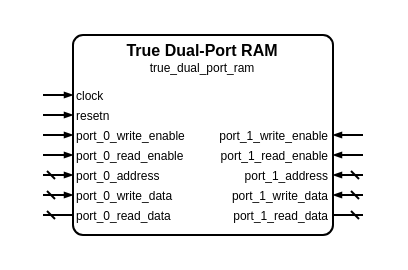
This is sources/memory/true_dual_port_ram/true_dual_port_ram.symbol.drawio from Louis-DR/OmniCores-BuildingBlocks, a draw.io file, before an edit. Source tidied: cells renumbered, new cells numbered last; positions are measured from the earlier drawing's top-left corner, leaving out a move shared by most shapes. Both pictures are drawn from the tidied source at 200%, with x=0, y=0 at pixel (42, 34).
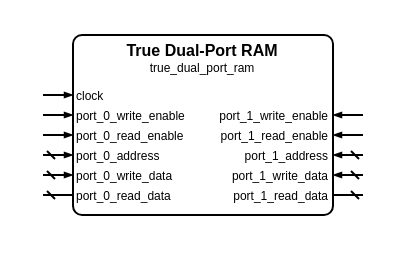
After the change.

What changed in the source:
```diff
@@
     <mxCell id="2" style="group;" parent="1" vertex="1">
-      <mxGeometry width="160" height="100" as="geometry" />
+      <mxGeometry width="160" height="90" as="geometry" />
     </mxCell>
     <mxCell id="3" style="rounded=1;arcSize=5;fillColor=none;strokeWidth=1;strokeColor=black;whiteSpace=wrap;html=1;" parent="2" vertex="1">
-      <mxGeometry x="15" width="130" height="100" as="geometry" />
+      <mxGeometry x="15" width="130" height="90" as="geometry" />
     </mxCell>
@@
-    <mxCell id="8" value="resetn" style="text;html=1;align=left;verticalAlign=middle;whiteSpace=wrap;rounded=0;fontSize=6;fontStyle=0;fontColor=black;" parent="2" vertex="1">
-      <mxGeometry x="15" y="40" width="130" as="geometry" />
-    </mxCell>
-    <mxCell id="9" style="html=1;rounded=1;strokeWidth=1;strokeColor=black;startFill=0;startSize=2;startArrow=none;endFill=1;endSize=2;endArrow=blockThin;sourcePerimeterSpacing=0;" parent="2" edge="1">
-      <mxGeometry relative="1" as="geometry">
-        <mxPoint y="40" as="sourcePoint" />
-        <mxPoint x="15" y="40" as="targetPoint" />
-      </mxGeometry>
-    </mxCell>
     <mxCell id="10" value="port_0_write_enable" style="text;html=1;align=left;verticalAlign=middle;whiteSpace=wrap;rounded=0;fontSize=6;fontStyle=0;fontColor=black;" parent="2" vertex="1">
-      <mxGeometry x="15" y="50" width="130" as="geometry" />
+      <mxGeometry x="15" y="40" width="130" as="geometry" />
     </mxCell>
     <mxCell id="11" style="html=1;rounded=1;strokeWidth=1;strokeColor=black;startFill=0;startSize=2;startArrow=none;endFill=1;endSize=2;endArrow=blockThin;sourcePerimeterSpacing=0;" parent="2" edge="1">
       <mxGeometry relative="1" as="geometry">
-        <mxPoint y="50" as="sourcePoint" />
-        <mxPoint x="15" y="50" as="targetPoint" />
+        <mxPoint y="40" as="sourcePoint" />
+        <mxPoint x="15" y="40" as="targetPoint" />
       </mxGeometry>
     </mxCell>
     <mxCell id="12" value="port_1_write_enable" style="text;html=1;align=right;verticalAlign=middle;whiteSpace=wrap;rounded=0;fontSize=6;fontStyle=0;fontColor=black;" parent="2" vertex="1">
-      <mxGeometry x="15" y="50" width="130" as="geometry" />
+      <mxGeometry x="15" y="40" width="130" as="geometry" />
     </mxCell>
     <mxCell id="13" style="html=1;rounded=1;strokeWidth=1;strokeColor=black;startFill=0;startSize=2;startArrow=none;endFill=1;endSize=2;endArrow=blockThin;sourcePerimeterSpacing=0;" parent="2" edge="1">
       <mxGeometry relative="1" as="geometry">
-        <mxPoint x="160" y="50" as="sourcePoint" />
-        <mxPoint x="145" y="50" as="targetPoint" />
+        <mxPoint x="160" y="40" as="sourcePoint" />
+        <mxPoint x="145" y="40" as="targetPoint" />
       </mxGeometry>
     </mxCell>
     <mxCell id="14" value="port_0_read_enable" style="text;html=1;align=left;verticalAlign=middle;whiteSpace=wrap;rounded=0;fontSize=6;fontStyle=0;fontColor=black;" parent="2" vertex="1">
-      <mxGeometry x="15" y="60" width="130" as="geometry" />
+      <mxGeometry x="15" y="50" width="130" as="geometry" />
     </mxCell>
     <mxCell id="15" style="html=1;rounded=1;strokeWidth=1;strokeColor=black;startFill=0;startSize=2;startArrow=none;endFill=1;endSize=2;endArrow=blockThin;sourcePerimeterSpacing=0;" parent="2" edge="1">
       <mxGeometry relative="1" as="geometry">
-        <mxPoint y="60" as="sourcePoint" />
-        <mxPoint x="15" y="60" as="targetPoint" />
+        <mxPoint y="50" as="sourcePoint" />
+        <mxPoint x="15" y="50" as="targetPoint" />
       </mxGeometry>
     </mxCell>
     <mxCell id="16" value="port_1_read_enable" style="text;html=1;align=right;verticalAlign=middle;whiteSpace=wrap;rounded=0;fontSize=6;fontStyle=0;fontColor=black;" parent="2" vertex="1">
-      <mxGeometry x="15" y="60" width="130" as="geometry" />
+      <mxGeometry x="15" y="50" width="130" as="geometry" />
     </mxCell>
     <mxCell id="17" style="html=1;rounded=1;strokeWidth=1;strokeColor=black;startFill=0;startSize=2;startArrow=none;endFill=1;endSize=2;endArrow=blockThin;sourcePerimeterSpacing=0;" parent="2" edge="1">
       <mxGeometry relative="1" as="geometry">
-        <mxPoint x="160" y="60" as="sourcePoint" />
-        <mxPoint x="145" y="60" as="targetPoint" />
+        <mxPoint x="160" y="50" as="sourcePoint" />
+        <mxPoint x="145" y="50" as="targetPoint" />
       </mxGeometry>
     </mxCell>
     <mxCell id="18" value="port_0_address" style="text;html=1;align=left;verticalAlign=middle;whiteSpace=wrap;rounded=0;fontSize=6;fontStyle=0;fontColor=black;" parent="2" vertex="1">
-      <mxGeometry x="15" y="70" width="130" as="geometry" />
+      <mxGeometry x="15" y="60" width="130" as="geometry" />
     </mxCell>
     <mxCell id="19" style="html=1;rounded=1;strokeWidth=1;strokeColor=black;startFill=0;startSize=2;startArrow=dash;endFill=1;endSize=2;endArrow=blockThin;sourcePerimeterSpacing=0;" parent="2" edge="1">
       <mxGeometry relative="1" as="geometry">
-        <mxPoint y="70" as="sourcePoint" />
-        <mxPoint x="15" y="70" as="targetPoint" />
+        <mxPoint y="60" as="sourcePoint" />
+        <mxPoint x="15" y="60" as="targetPoint" />
       </mxGeometry>
     </mxCell>
     <mxCell id="20" value="port_1_address" style="text;html=1;align=right;verticalAlign=middle;whiteSpace=wrap;rounded=0;fontSize=6;fontStyle=0;fontColor=black;" parent="2" vertex="1">
-      <mxGeometry x="15" y="70" width="130" as="geometry" />
+      <mxGeometry x="15" y="60" width="130" as="geometry" />
     </mxCell>
     <mxCell id="21" style="html=1;rounded=1;strokeWidth=1;strokeColor=black;startFill=0;startSize=2;startArrow=dash;endFill=1;endSize=2;endArrow=blockThin;sourcePerimeterSpacing=0;" parent="2" edge="1">
       <mxGeometry relative="1" as="geometry">
-        <mxPoint x="160" y="70" as="sourcePoint" />
-        <mxPoint x="145" y="70" as="targetPoint" />
+        <mxPoint x="160" y="60" as="sourcePoint" />
+        <mxPoint x="145" y="60" as="targetPoint" />
       </mxGeometry>
     </mxCell>
     <mxCell id="22" value="port_0_write_data" style="text;html=1;align=left;verticalAlign=middle;whiteSpace=wrap;rounded=0;fontSize=6;fontStyle=0;fontColor=black;" parent="2" vertex="1">
-      <mxGeometry x="15" y="80" width="130" as="geometry" />
+      <mxGeometry x="15" y="70" width="130" as="geometry" />
     </mxCell>
     <mxCell id="23" style="html=1;rounded=1;strokeWidth=1;strokeColor=black;startFill=0;startSize=2;startArrow=dash;endFill=1;endSize=2;endArrow=blockThin;sourcePerimeterSpacing=0;" parent="2" edge="1">
       <mxGeometry relative="1" as="geometry">
-        <mxPoint y="80" as="sourcePoint" />
-        <mxPoint x="15" y="80" as="targetPoint" />
+        <mxPoint y="70" as="sourcePoint" />
+        <mxPoint x="15" y="70" as="targetPoint" />
       </mxGeometry>
     </mxCell>
     <mxCell id="24" value="port_1_write_data" style="text;html=1;align=right;verticalAlign=middle;whiteSpace=wrap;rounded=0;fontSize=6;fontStyle=0;fontColor=black;" parent="2" vertex="1">
-      <mxGeometry x="15" y="80" width="130" as="geometry" />
+      <mxGeometry x="15" y="70" width="130" as="geometry" />
     </mxCell>
     <mxCell id="25" style="html=1;rounded=1;strokeWidth=1;strokeColor=black;startFill=0;startSize=2;startArrow=dash;endFill=1;endSize=2;endArrow=blockThin;sourcePerimeterSpacing=0;" parent="2" edge="1">
       <mxGeometry relative="1" as="geometry">
-        <mxPoint x="160" y="80" as="sourcePoint" />
-        <mxPoint x="145" y="80" as="targetPoint" />
+        <mxPoint x="160" y="70" as="sourcePoint" />
+        <mxPoint x="145" y="70" as="targetPoint" />
       </mxGeometry>
     </mxCell>
     <mxCell id="26" value="port_0_read_data" style="text;html=1;align=left;verticalAlign=middle;whiteSpace=wrap;rounded=0;fontSize=6;fontStyle=0;fontColor=black;" parent="2" vertex="1">
-      <mxGeometry x="15" y="90" width="130" as="geometry" />
+      <mxGeometry x="15" y="80" width="130" as="geometry" />
     </mxCell>
     <mxCell id="27" style="html=1;rounded=1;strokeWidth=1;strokeColor=black;startFill=0;startSize=2;startArrow=dash;endFill=1;endSize=2;endArrow=none;sourcePerimeterSpacing=0;" parent="2" edge="1">
       <mxGeometry relative="1" as="geometry">
-        <mxPoint y="90" as="sourcePoint" />
-        <mxPoint x="15" y="90" as="targetPoint" />
+        <mxPoint y="80" as="sourcePoint" />
+        <mxPoint x="15" y="80" as="targetPoint" />
       </mxGeometry>
     </mxCell>
     <mxCell id="28" value="port_1_read_data" style="text;html=1;align=right;verticalAlign=middle;whiteSpace=wrap;rounded=0;fontSize=6;fontStyle=0;fontColor=black;" parent="2" vertex="1">
-      <mxGeometry x="15" y="90" width="130" as="geometry" />
+      <mxGeometry x="15" y="80" width="130" as="geometry" />
     </mxCell>
     <mxCell id="29" style="html=1;rounded=1;strokeWidth=1;strokeColor=black;startFill=0;startSize=2;startArrow=dash;endFill=1;endSize=2;endArrow=none;sourcePerimeterSpacing=0;" parent="2" edge="1">
       <mxGeometry relative="1" as="geometry">
-        <mxPoint x="160" y="90" as="sourcePoint" />
-        <mxPoint x="145" y="90" as="targetPoint" />
+        <mxPoint x="160" y="80" as="sourcePoint" />
+        <mxPoint x="145" y="80" as="targetPoint" />
       </mxGeometry>
     </mxCell>
```
